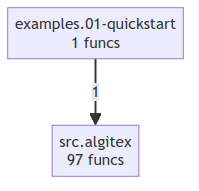
Before: project/compact_flow.png, a diagram exported from Mermaid (semcod/algitex). Its source is kept beside it as project/compact_flow.mmd. Source of this version:
```mermaid
flowchart TD
    examples__01_quickstart["examples.01-quickstart<br/>1 funcs"]
    src__algitex["src.algitex<br/>97 funcs"]
    examples__01_quickstart -->|1| src__algitex
```
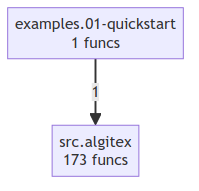
After the change.

Diff of the diagram source:
```diff
@@ -1,4 +1,4 @@
 flowchart TD
     examples__01_quickstart["examples.01-quickstart<br/>1 funcs"]
-    src__algitex["src.algitex<br/>97 funcs"]
+    src__algitex["src.algitex<br/>173 funcs"]
     examples__01_quickstart -->|1| src__algitex
```
